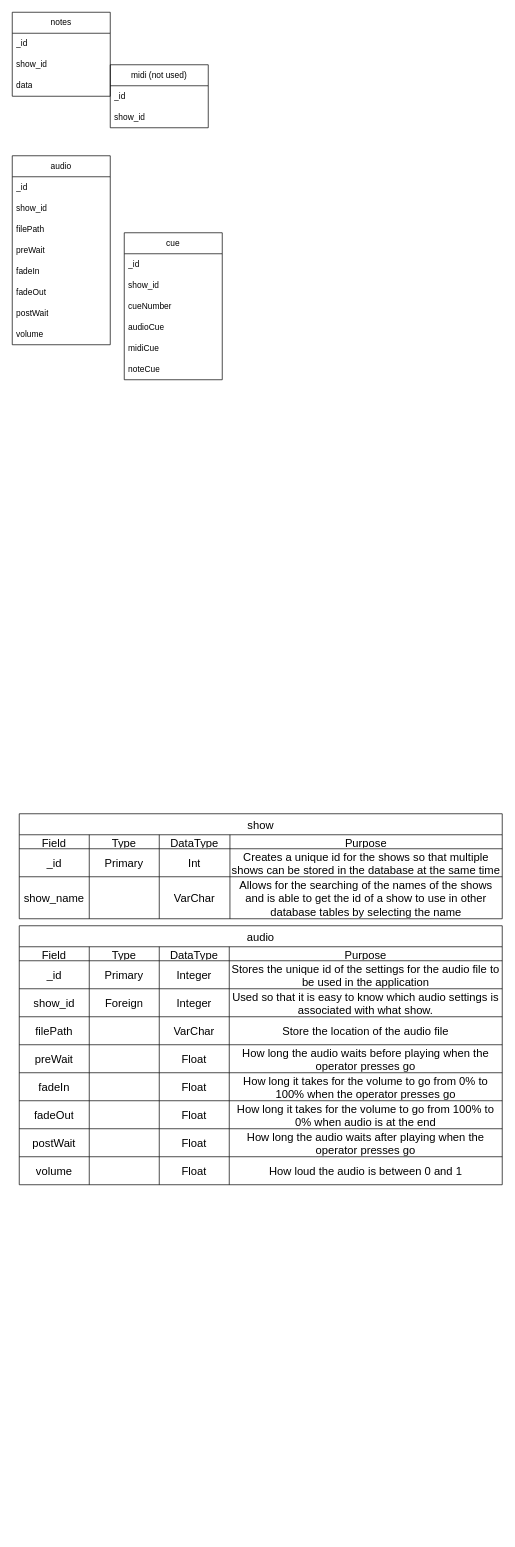
User5029/NEA keeps this draw.io diagram as page "DB-DataType" (2 of 2) of Docs/db.drawio. Above is the earlier version. Source tidied: cells renumbered, new cells numbered last; positions are measured from the earlier drawing's top-left corner, leaving out a move shared by most shapes. Both pictures are drawn from the tidied source at 70%, with x=0, y=0 at pixel (12, 12).
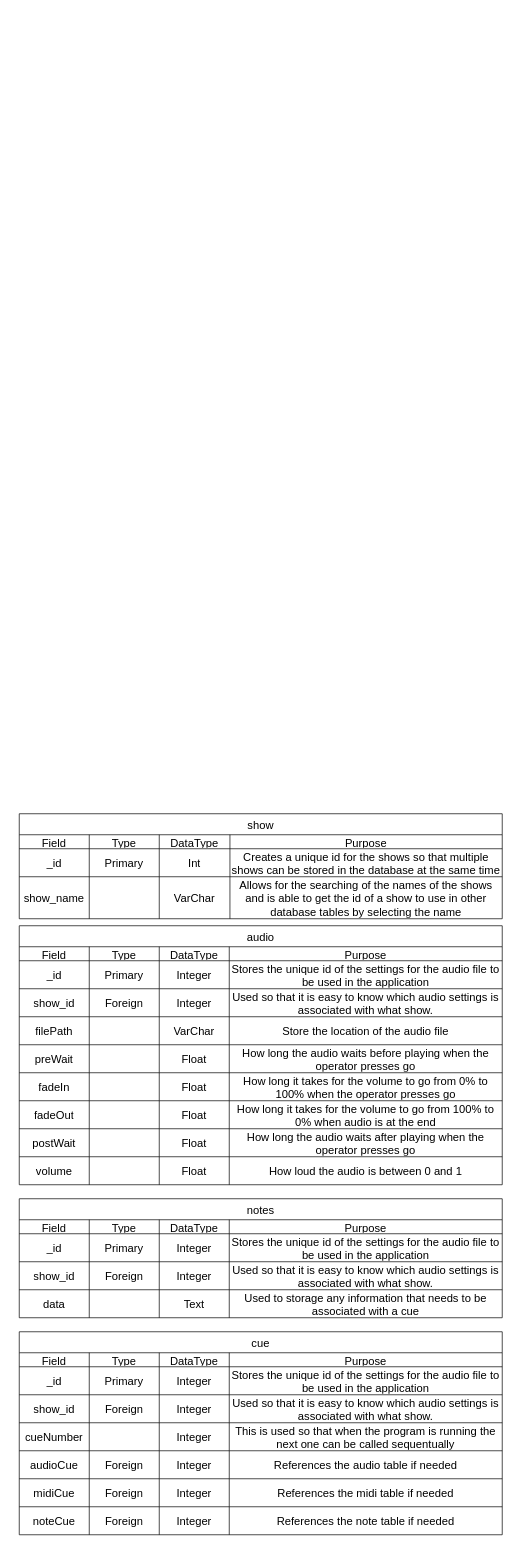
The same page after the edit.

The edit, as a diff of the source:
```diff
@@
-    <mxCell id="2" value="midi (not used)" style="swimlane;fontStyle=0;horizontal=1;startSize=30;whiteSpace=wrap;html=1;" parent="1" vertex="1">
-      <mxGeometry x="140" y="75" width="140" height="90" as="geometry" />
-    </mxCell>
-    <mxCell id="3" value="_id" style="text;strokeColor=none;fillColor=none;align=left;verticalAlign=middle;spacingLeft=4;spacingRight=4;overflow=hidden;whiteSpace=wrap;html=1;" parent="2" vertex="1">
-      <mxGeometry y="30" width="140" height="30" as="geometry" />
-    </mxCell>
-    <mxCell id="4" value="show_id" style="text;strokeColor=none;fillColor=none;align=left;verticalAlign=middle;spacingLeft=4;spacingRight=4;overflow=hidden;whiteSpace=wrap;html=1;" parent="2" vertex="1">
-      <mxGeometry y="60" width="140" height="30" as="geometry" />
-    </mxCell>
-    <mxCell id="5" value="audio" style="swimlane;fontStyle=0;horizontal=1;startSize=30;whiteSpace=wrap;html=1;" parent="1" vertex="1">
-      <mxGeometry y="205" width="140" height="270" as="geometry" />
-    </mxCell>
-    <mxCell id="6" value="_id" style="text;strokeColor=none;fillColor=none;align=left;verticalAlign=middle;spacingLeft=4;spacingRight=4;overflow=hidden;whiteSpace=wrap;html=1;" parent="5" vertex="1">
-      <mxGeometry y="30" width="140" height="30" as="geometry" />
-    </mxCell>
-    <mxCell id="7" value="show_id" style="text;strokeColor=none;fillColor=none;align=left;verticalAlign=middle;spacingLeft=4;spacingRight=4;overflow=hidden;whiteSpace=wrap;html=1;" parent="5" vertex="1">
-      <mxGeometry y="60" width="140" height="30" as="geometry" />
-    </mxCell>
-    <mxCell id="8" value="filePath" style="text;strokeColor=none;fillColor=none;align=left;verticalAlign=middle;spacingLeft=4;spacingRight=4;overflow=hidden;whiteSpace=wrap;html=1;" parent="5" vertex="1">
-      <mxGeometry y="90" width="140" height="30" as="geometry" />
-    </mxCell>
-    <mxCell id="9" value="preWait" style="text;strokeColor=none;fillColor=none;align=left;verticalAlign=middle;spacingLeft=4;spacingRight=4;overflow=hidden;whiteSpace=wrap;html=1;" parent="5" vertex="1">
-      <mxGeometry y="120" width="140" height="30" as="geometry" />
-    </mxCell>
-    <mxCell id="10" value="fadeIn" style="text;strokeColor=none;fillColor=none;align=left;verticalAlign=middle;spacingLeft=4;spacingRight=4;overflow=hidden;whiteSpace=wrap;html=1;" parent="5" vertex="1">
-      <mxGeometry y="150" width="140" height="30" as="geometry" />
-    </mxCell>
-    <mxCell id="11" value="fadeOut" style="text;strokeColor=none;fillColor=none;align=left;verticalAlign=middle;spacingLeft=4;spacingRight=4;overflow=hidden;whiteSpace=wrap;html=1;" parent="5" vertex="1">
-      <mxGeometry y="180" width="140" height="30" as="geometry" />
-    </mxCell>
-    <mxCell id="12" value="postWait" style="text;strokeColor=none;fillColor=none;align=left;verticalAlign=middle;spacingLeft=4;spacingRight=4;overflow=hidden;whiteSpace=wrap;html=1;" parent="5" vertex="1">
-      <mxGeometry y="210" width="140" height="30" as="geometry" />
-    </mxCell>
-    <mxCell id="13" value="volume" style="text;strokeColor=none;fillColor=none;align=left;verticalAlign=middle;spacingLeft=4;spacingRight=4;overflow=hidden;whiteSpace=wrap;html=1;" parent="5" vertex="1">
-      <mxGeometry y="240" width="140" height="30" as="geometry" />
-    </mxCell>
-    <mxCell id="14" value="notes" style="swimlane;fontStyle=0;horizontal=1;startSize=30;whiteSpace=wrap;html=1;" parent="1" vertex="1">
-      <mxGeometry width="140" height="120" as="geometry" />
-    </mxCell>
-    <mxCell id="15" value="_id" style="text;strokeColor=none;fillColor=none;align=left;verticalAlign=middle;spacingLeft=4;spacingRight=4;overflow=hidden;whiteSpace=wrap;html=1;" parent="14" vertex="1">
-      <mxGeometry y="30" width="140" height="30" as="geometry" />
-    </mxCell>
-    <mxCell id="16" value="show_id" style="text;strokeColor=none;fillColor=none;align=left;verticalAlign=middle;spacingLeft=4;spacingRight=4;overflow=hidden;whiteSpace=wrap;html=1;" parent="14" vertex="1">
-      <mxGeometry y="60" width="140" height="30" as="geometry" />
-    </mxCell>
-    <mxCell id="17" value="data" style="text;strokeColor=none;fillColor=none;align=left;verticalAlign=middle;spacingLeft=4;spacingRight=4;overflow=hidden;whiteSpace=wrap;html=1;" parent="14" vertex="1">
-      <mxGeometry y="90" width="140" height="30" as="geometry" />
-    </mxCell>
-    <mxCell id="18" value="cue" style="swimlane;fontStyle=0;horizontal=1;startSize=30;whiteSpace=wrap;html=1;" parent="1" vertex="1">
-      <mxGeometry x="160" y="315" width="140" height="210" as="geometry" />
-    </mxCell>
-    <mxCell id="19" value="_id" style="text;strokeColor=none;fillColor=none;align=left;verticalAlign=middle;spacingLeft=4;spacingRight=4;overflow=hidden;whiteSpace=wrap;html=1;" parent="18" vertex="1">
-      <mxGeometry y="30" width="140" height="30" as="geometry" />
-    </mxCell>
-    <mxCell id="20" value="show_id" style="text;strokeColor=none;fillColor=none;align=left;verticalAlign=middle;spacingLeft=4;spacingRight=4;overflow=hidden;whiteSpace=wrap;html=1;" parent="18" vertex="1">
-      <mxGeometry y="60" width="140" height="30" as="geometry" />
-    </mxCell>
-    <mxCell id="21" value="cueNumber" style="text;strokeColor=none;fillColor=none;align=left;verticalAlign=middle;spacingLeft=4;spacingRight=4;overflow=hidden;whiteSpace=wrap;html=1;" parent="18" vertex="1">
-      <mxGeometry y="90" width="140" height="30" as="geometry" />
-    </mxCell>
-    <mxCell id="22" value="audioCue" style="text;strokeColor=none;fillColor=none;align=left;verticalAlign=middle;spacingLeft=4;spacingRight=4;overflow=hidden;whiteSpace=wrap;html=1;" parent="18" vertex="1">
-      <mxGeometry y="120" width="140" height="30" as="geometry" />
-    </mxCell>
-    <mxCell id="23" value="midiCue" style="text;strokeColor=none;fillColor=none;align=left;verticalAlign=middle;spacingLeft=4;spacingRight=4;overflow=hidden;whiteSpace=wrap;html=1;" parent="18" vertex="1">
-      <mxGeometry y="150" width="140" height="30" as="geometry" />
-    </mxCell>
-    <mxCell id="24" value="noteCue" style="text;strokeColor=none;fillColor=none;align=left;verticalAlign=middle;spacingLeft=4;spacingRight=4;overflow=hidden;whiteSpace=wrap;html=1;" parent="18" vertex="1">
-      <mxGeometry y="180" width="140" height="30" as="geometry" />
-    </mxCell>
@@
+    <mxCell id="14" value="notes" style="shape=table;startSize=30;childLayout=tableLayout;strokeColor=default;fontSize=16;" parent="1" vertex="1">
+      <mxGeometry x="10" y="1695" width="690" height="170" as="geometry" />
+    </mxCell>
+    <mxCell id="87" style="shape=tableRow;horizontal=0;startSize=0;swimlaneHead=0;swimlaneBody=0;strokeColor=inherit;top=0;left=0;bottom=0;right=0;fillColor=none;fontSize=16;" parent="14" vertex="1">
+      <mxGeometry y="30" width="690" height="20" as="geometry" />
+    </mxCell>
+    <mxCell id="88" value="Field" style="shape=partialRectangle;html=1;whiteSpace=wrap;strokeColor=inherit;overflow=hidden;fillColor=none;top=0;left=0;bottom=0;right=0;fontSize=16;" parent="87" vertex="1">
+      <mxGeometry width="100" height="20" as="geometry" />
+    </mxCell>
+    <mxCell id="89" value="Type" style="shape=partialRectangle;html=1;whiteSpace=wrap;strokeColor=inherit;overflow=hidden;fillColor=none;top=0;left=0;bottom=0;right=0;fontSize=16;" parent="87" vertex="1">
+      <mxGeometry x="100" width="100" height="20" as="geometry" />
+    </mxCell>
+    <mxCell id="90" value="DataType" style="shape=partialRectangle;html=1;whiteSpace=wrap;strokeColor=inherit;overflow=hidden;fillColor=none;top=0;left=0;bottom=0;right=0;fontSize=16;" parent="87" vertex="1">
+      <mxGeometry x="200" width="100" height="20" as="geometry" />
+    </mxCell>
+    <mxCell id="91" value="Purpose" style="shape=partialRectangle;html=1;whiteSpace=wrap;strokeColor=inherit;overflow=hidden;fillColor=none;top=0;left=0;bottom=0;right=0;fontSize=16;" parent="87" vertex="1">
+      <mxGeometry x="300" width="390" height="20" as="geometry" />
+    </mxCell>
+    <mxCell id="92" style="shape=tableRow;horizontal=0;startSize=0;swimlaneHead=0;swimlaneBody=0;strokeColor=inherit;top=0;left=0;bottom=0;right=0;fillColor=none;fontSize=16;" parent="14" vertex="1">
+      <mxGeometry y="50" width="690" height="40" as="geometry" />
+    </mxCell>
+    <mxCell id="93" value="_id" style="shape=partialRectangle;html=1;whiteSpace=wrap;strokeColor=inherit;overflow=hidden;fillColor=none;top=0;left=0;bottom=0;right=0;fontSize=16;" parent="92" vertex="1">
+      <mxGeometry width="100" height="40" as="geometry" />
+    </mxCell>
+    <mxCell id="94" value="Primary" style="shape=partialRectangle;html=1;whiteSpace=wrap;strokeColor=inherit;overflow=hidden;fillColor=none;top=0;left=0;bottom=0;right=0;fontSize=16;" parent="92" vertex="1">
+      <mxGeometry x="100" width="100" height="40" as="geometry" />
+    </mxCell>
+    <mxCell id="95" value="Integer" style="shape=partialRectangle;html=1;whiteSpace=wrap;strokeColor=inherit;overflow=hidden;fillColor=none;top=0;left=0;bottom=0;right=0;fontSize=16;" parent="92" vertex="1">
+      <mxGeometry x="200" width="100" height="40" as="geometry" />
+    </mxCell>
+    <mxCell id="96" value="Stores the unique id of the settings for the audio file to be used in the application" style="shape=partialRectangle;html=1;whiteSpace=wrap;strokeColor=inherit;overflow=hidden;fillColor=none;top=0;left=0;bottom=0;right=0;fontSize=16;" parent="92" vertex="1">
+      <mxGeometry x="300" width="390" height="40" as="geometry" />
+    </mxCell>
+    <mxCell id="97" style="shape=tableRow;horizontal=0;startSize=0;swimlaneHead=0;swimlaneBody=0;strokeColor=inherit;top=0;left=0;bottom=0;right=0;fillColor=none;fontSize=16;" parent="14" vertex="1">
+      <mxGeometry y="90" width="690" height="40" as="geometry" />
+    </mxCell>
+    <mxCell id="98" value="show_id" style="shape=partialRectangle;html=1;whiteSpace=wrap;strokeColor=inherit;overflow=hidden;fillColor=none;top=0;left=0;bottom=0;right=0;fontSize=16;" parent="97" vertex="1">
+      <mxGeometry width="100" height="40" as="geometry" />
+    </mxCell>
+    <mxCell id="99" value="Foreign" style="shape=partialRectangle;html=1;whiteSpace=wrap;strokeColor=inherit;overflow=hidden;fillColor=none;top=0;left=0;bottom=0;right=0;fontSize=16;" parent="97" vertex="1">
+      <mxGeometry x="100" width="100" height="40" as="geometry" />
+    </mxCell>
+    <mxCell id="100" value="Integer" style="shape=partialRectangle;html=1;whiteSpace=wrap;strokeColor=inherit;overflow=hidden;fillColor=none;top=0;left=0;bottom=0;right=0;fontSize=16;" parent="97" vertex="1">
+      <mxGeometry x="200" width="100" height="40" as="geometry" />
+    </mxCell>
+    <mxCell id="101" value="Used so that it is easy to know which audio settings is associated with what show." style="shape=partialRectangle;html=1;whiteSpace=wrap;strokeColor=inherit;overflow=hidden;fillColor=none;top=0;left=0;bottom=0;right=0;fontSize=16;" parent="97" vertex="1">
+      <mxGeometry x="300" width="390" height="40" as="geometry" />
+    </mxCell>
+    <mxCell id="102" style="shape=tableRow;horizontal=0;startSize=0;swimlaneHead=0;swimlaneBody=0;strokeColor=inherit;top=0;left=0;bottom=0;right=0;fillColor=none;fontSize=16;" parent="14" vertex="1">
+      <mxGeometry y="130" width="690" height="40" as="geometry" />
+    </mxCell>
+    <mxCell id="17" value="data" style="shape=partialRectangle;html=1;whiteSpace=wrap;strokeColor=inherit;overflow=hidden;fillColor=none;top=0;left=0;bottom=0;right=0;fontSize=16;" parent="102" vertex="1">
+      <mxGeometry width="100" height="40" as="geometry" />
+    </mxCell>
+    <mxCell id="103" style="shape=partialRectangle;html=1;whiteSpace=wrap;strokeColor=inherit;overflow=hidden;fillColor=none;top=0;left=0;bottom=0;right=0;fontSize=16;" parent="102" vertex="1">
+      <mxGeometry x="100" width="100" height="40" as="geometry" />
+    </mxCell>
+    <mxCell id="104" value="Text" style="shape=partialRectangle;html=1;whiteSpace=wrap;strokeColor=inherit;overflow=hidden;fillColor=none;top=0;left=0;bottom=0;right=0;fontSize=16;" parent="102" vertex="1">
+      <mxGeometry x="200" width="100" height="40" as="geometry" />
+    </mxCell>
+    <mxCell id="105" value="Used to storage any information that needs to be associated with a cue" style="shape=partialRectangle;html=1;whiteSpace=wrap;strokeColor=inherit;overflow=hidden;fillColor=none;top=0;left=0;bottom=0;right=0;fontSize=16;" parent="102" vertex="1">
+      <mxGeometry x="300" width="390" height="40" as="geometry" />
+    </mxCell>
+    <mxCell id="18" value="cue" style="shape=table;startSize=30;childLayout=tableLayout;strokeColor=default;fontSize=16;" parent="1" vertex="1">
+      <mxGeometry x="10" y="1885" width="690" height="290" as="geometry" />
+    </mxCell>
+    <mxCell id="106" style="shape=tableRow;horizontal=0;startSize=0;swimlaneHead=0;swimlaneBody=0;strokeColor=inherit;top=0;left=0;bottom=0;right=0;fillColor=none;fontSize=16;" parent="18" vertex="1">
+      <mxGeometry y="30" width="690" height="20" as="geometry" />
+    </mxCell>
+    <mxCell id="107" value="Field" style="shape=partialRectangle;html=1;whiteSpace=wrap;strokeColor=inherit;overflow=hidden;fillColor=none;top=0;left=0;bottom=0;right=0;fontSize=16;" parent="106" vertex="1">
+      <mxGeometry width="100" height="20" as="geometry" />
+    </mxCell>
+    <mxCell id="108" value="Type" style="shape=partialRectangle;html=1;whiteSpace=wrap;strokeColor=inherit;overflow=hidden;fillColor=none;top=0;left=0;bottom=0;right=0;fontSize=16;" parent="106" vertex="1">
+      <mxGeometry x="100" width="100" height="20" as="geometry" />
+    </mxCell>
+    <mxCell id="109" value="DataType" style="shape=partialRectangle;html=1;whiteSpace=wrap;strokeColor=inherit;overflow=hidden;fillColor=none;top=0;left=0;bottom=0;right=0;fontSize=16;" parent="106" vertex="1">
+      <mxGeometry x="200" width="100" height="20" as="geometry" />
+    </mxCell>
+    <mxCell id="110" value="Purpose" style="shape=partialRectangle;html=1;whiteSpace=wrap;strokeColor=inherit;overflow=hidden;fillColor=none;top=0;left=0;bottom=0;right=0;fontSize=16;" parent="106" vertex="1">
+      <mxGeometry x="300" width="390" height="20" as="geometry" />
+    </mxCell>
+    <mxCell id="111" style="shape=tableRow;horizontal=0;startSize=0;swimlaneHead=0;swimlaneBody=0;strokeColor=inherit;top=0;left=0;bottom=0;right=0;fillColor=none;fontSize=16;" parent="18" vertex="1">
+      <mxGeometry y="50" width="690" height="40" as="geometry" />
+    </mxCell>
+    <mxCell id="112" value="_id" style="shape=partialRectangle;html=1;whiteSpace=wrap;strokeColor=inherit;overflow=hidden;fillColor=none;top=0;left=0;bottom=0;right=0;fontSize=16;" parent="111" vertex="1">
+      <mxGeometry width="100" height="40" as="geometry" />
+    </mxCell>
+    <mxCell id="113" value="Primary" style="shape=partialRectangle;html=1;whiteSpace=wrap;strokeColor=inherit;overflow=hidden;fillColor=none;top=0;left=0;bottom=0;right=0;fontSize=16;" parent="111" vertex="1">
+      <mxGeometry x="100" width="100" height="40" as="geometry" />
+    </mxCell>
+    <mxCell id="114" value="Integer" style="shape=partialRectangle;html=1;whiteSpace=wrap;strokeColor=inherit;overflow=hidden;fillColor=none;top=0;left=0;bottom=0;right=0;fontSize=16;" parent="111" vertex="1">
+      <mxGeometry x="200" width="100" height="40" as="geometry" />
+    </mxCell>
+    <mxCell id="115" value="Stores the unique id of the settings for the audio file to be used in the application" style="shape=partialRectangle;html=1;whiteSpace=wrap;strokeColor=inherit;overflow=hidden;fillColor=none;top=0;left=0;bottom=0;right=0;fontSize=16;" parent="111" vertex="1">
+      <mxGeometry x="300" width="390" height="40" as="geometry" />
+    </mxCell>
+    <mxCell id="116" style="shape=tableRow;horizontal=0;startSize=0;swimlaneHead=0;swimlaneBody=0;strokeColor=inherit;top=0;left=0;bottom=0;right=0;fillColor=none;fontSize=16;" parent="18" vertex="1">
+      <mxGeometry y="90" width="690" height="40" as="geometry" />
+    </mxCell>
+    <mxCell id="117" value="show_id" style="shape=partialRectangle;html=1;whiteSpace=wrap;strokeColor=inherit;overflow=hidden;fillColor=none;top=0;left=0;bottom=0;right=0;fontSize=16;" parent="116" vertex="1">
+      <mxGeometry width="100" height="40" as="geometry" />
+    </mxCell>
+    <mxCell id="118" value="Foreign" style="shape=partialRectangle;html=1;whiteSpace=wrap;strokeColor=inherit;overflow=hidden;fillColor=none;top=0;left=0;bottom=0;right=0;fontSize=16;" parent="116" vertex="1">
+      <mxGeometry x="100" width="100" height="40" as="geometry" />
+    </mxCell>
+    <mxCell id="119" value="Integer" style="shape=partialRectangle;html=1;whiteSpace=wrap;strokeColor=inherit;overflow=hidden;fillColor=none;top=0;left=0;bottom=0;right=0;fontSize=16;" parent="116" vertex="1">
+      <mxGeometry x="200" width="100" height="40" as="geometry" />
+    </mxCell>
+    <mxCell id="120" value="Used so that it is easy to know which audio settings is associated with what show." style="shape=partialRectangle;html=1;whiteSpace=wrap;strokeColor=inherit;overflow=hidden;fillColor=none;top=0;left=0;bottom=0;right=0;fontSize=16;" parent="116" vertex="1">
+      <mxGeometry x="300" width="390" height="40" as="geometry" />
+    </mxCell>
+    <mxCell id="121" style="shape=tableRow;horizontal=0;startSize=0;swimlaneHead=0;swimlaneBody=0;strokeColor=inherit;top=0;left=0;bottom=0;right=0;fillColor=none;fontSize=16;" parent="18" vertex="1">
+      <mxGeometry y="130" width="690" height="40" as="geometry" />
+    </mxCell>
+    <mxCell id="21" value="cueNumber" style="shape=partialRectangle;html=1;whiteSpace=wrap;strokeColor=inherit;overflow=hidden;fillColor=none;top=0;left=0;bottom=0;right=0;fontSize=16;" parent="121" vertex="1">
+      <mxGeometry width="100" height="40" as="geometry" />
+    </mxCell>
+    <mxCell id="122" style="shape=partialRectangle;html=1;whiteSpace=wrap;strokeColor=inherit;overflow=hidden;fillColor=none;top=0;left=0;bottom=0;right=0;fontSize=16;" parent="121" vertex="1">
+      <mxGeometry x="100" width="100" height="40" as="geometry" />
+    </mxCell>
+    <mxCell id="123" value="Integer" style="shape=partialRectangle;html=1;whiteSpace=wrap;strokeColor=inherit;overflow=hidden;fillColor=none;top=0;left=0;bottom=0;right=0;fontSize=16;" parent="121" vertex="1">
+      <mxGeometry x="200" width="100" height="40" as="geometry" />
+    </mxCell>
+    <mxCell id="124" value="This is used so that when the program is running the next one can be called sequentually" style="shape=partialRectangle;html=1;whiteSpace=wrap;strokeColor=inherit;overflow=hidden;fillColor=none;top=0;left=0;bottom=0;right=0;fontSize=16;" parent="121" vertex="1">
+      <mxGeometry x="300" width="390" height="40" as="geometry" />
+    </mxCell>
+    <mxCell id="125" style="shape=tableRow;horizontal=0;startSize=0;swimlaneHead=0;swimlaneBody=0;strokeColor=inherit;top=0;left=0;bottom=0;right=0;fillColor=none;fontSize=16;" parent="18" vertex="1">
+      <mxGeometry y="170" width="690" height="40" as="geometry" />
+    </mxCell>
+    <mxCell id="22" value="audioCue" style="shape=partialRectangle;html=1;whiteSpace=wrap;strokeColor=inherit;overflow=hidden;fillColor=none;top=0;left=0;bottom=0;right=0;fontSize=16;" parent="125" vertex="1">
+      <mxGeometry width="100" height="40" as="geometry" />
+    </mxCell>
+    <mxCell id="126" value="Foreign" style="shape=partialRectangle;html=1;whiteSpace=wrap;strokeColor=inherit;overflow=hidden;fillColor=none;top=0;left=0;bottom=0;right=0;fontSize=16;" parent="125" vertex="1">
+      <mxGeometry x="100" width="100" height="40" as="geometry" />
+    </mxCell>
+    <mxCell id="127" value="Integer" style="shape=partialRectangle;html=1;whiteSpace=wrap;strokeColor=inherit;overflow=hidden;fillColor=none;top=0;left=0;bottom=0;right=0;fontSize=16;" parent="125" vertex="1">
+      <mxGeometry x="200" width="100" height="40" as="geometry" />
+    </mxCell>
+    <mxCell id="128" value="References the audio table if needed" style="shape=partialRectangle;html=1;whiteSpace=wrap;strokeColor=inherit;overflow=hidden;fillColor=none;top=0;left=0;bottom=0;right=0;fontSize=16;" parent="125" vertex="1">
+      <mxGeometry x="300" width="390" height="40" as="geometry" />
+    </mxCell>
+    <mxCell id="129" style="shape=tableRow;horizontal=0;startSize=0;swimlaneHead=0;swimlaneBody=0;strokeColor=inherit;top=0;left=0;bottom=0;right=0;fillColor=none;fontSize=16;" parent="18" vertex="1">
+      <mxGeometry y="210" width="690" height="40" as="geometry" />
+    </mxCell>
+    <mxCell id="23" value="midiCue" style="shape=partialRectangle;html=1;whiteSpace=wrap;strokeColor=inherit;overflow=hidden;fillColor=none;top=0;left=0;bottom=0;right=0;fontSize=16;" parent="129" vertex="1">
+      <mxGeometry width="100" height="40" as="geometry" />
+    </mxCell>
+    <mxCell id="130" value="Foreign" style="shape=partialRectangle;html=1;whiteSpace=wrap;strokeColor=inherit;overflow=hidden;fillColor=none;top=0;left=0;bottom=0;right=0;fontSize=16;" parent="129" vertex="1">
+      <mxGeometry x="100" width="100" height="40" as="geometry" />
+    </mxCell>
+    <mxCell id="131" value="Integer" style="shape=partialRectangle;html=1;whiteSpace=wrap;strokeColor=inherit;overflow=hidden;fillColor=none;top=0;left=0;bottom=0;right=0;fontSize=16;" parent="129" vertex="1">
+      <mxGeometry x="200" width="100" height="40" as="geometry" />
+    </mxCell>
+    <mxCell id="132" value="References the midi table if needed" style="shape=partialRectangle;html=1;whiteSpace=wrap;strokeColor=inherit;overflow=hidden;fillColor=none;top=0;left=0;bottom=0;right=0;fontSize=16;" parent="129" vertex="1">
+      <mxGeometry x="300" width="390" height="40" as="geometry" />
+    </mxCell>
+    <mxCell id="133" style="shape=tableRow;horizontal=0;startSize=0;swimlaneHead=0;swimlaneBody=0;strokeColor=inherit;top=0;left=0;bottom=0;right=0;fillColor=none;fontSize=16;" parent="18" vertex="1">
+      <mxGeometry y="250" width="690" height="40" as="geometry" />
+    </mxCell>
+    <mxCell id="24" value="noteCue" style="shape=partialRectangle;html=1;whiteSpace=wrap;strokeColor=inherit;overflow=hidden;fillColor=none;top=0;left=0;bottom=0;right=0;fontSize=16;" parent="133" vertex="1">
+      <mxGeometry width="100" height="40" as="geometry" />
+    </mxCell>
+    <mxCell id="134" value="Foreign" style="shape=partialRectangle;html=1;whiteSpace=wrap;strokeColor=inherit;overflow=hidden;fillColor=none;top=0;left=0;bottom=0;right=0;fontSize=16;" parent="133" vertex="1">
+      <mxGeometry x="100" width="100" height="40" as="geometry" />
+    </mxCell>
+    <mxCell id="135" value="Integer" style="shape=partialRectangle;html=1;whiteSpace=wrap;strokeColor=inherit;overflow=hidden;fillColor=none;top=0;left=0;bottom=0;right=0;fontSize=16;" parent="133" vertex="1">
+      <mxGeometry x="200" width="100" height="40" as="geometry" />
+    </mxCell>
+    <mxCell id="136" value="References the note table if needed" style="shape=partialRectangle;html=1;whiteSpace=wrap;strokeColor=inherit;overflow=hidden;fillColor=none;top=0;left=0;bottom=0;right=0;fontSize=16;" parent="133" vertex="1">
+      <mxGeometry x="300" width="390" height="40" as="geometry" />
+    </mxCell>
```
